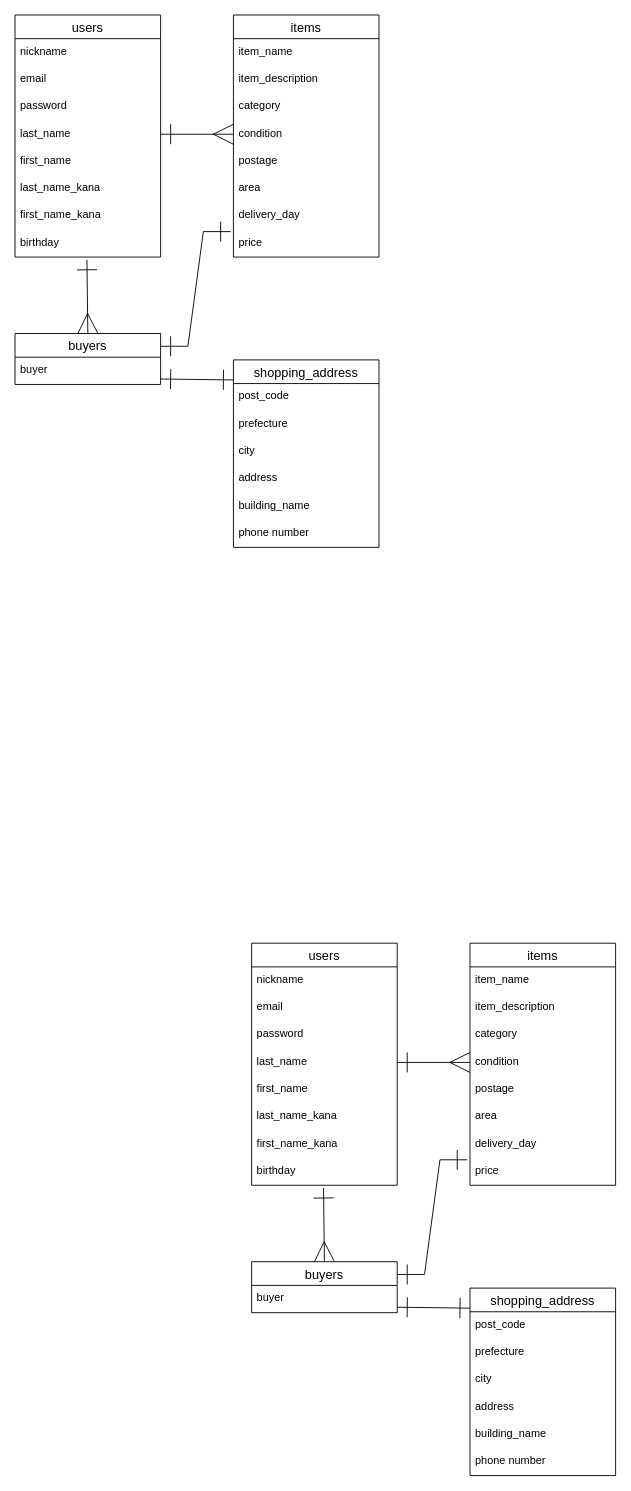
Above: FurimaER.dio in katsuo1106/furima-38282 (draw.io), before the change. Source tidied: cells renumbered, new cells numbered last; positions are measured from the earlier drawing's top-left corner, leaving out a move shared by most shapes. Both pictures are drawn from the tidied source at 91%, with x=0, y=0 at pixel (15, 15).
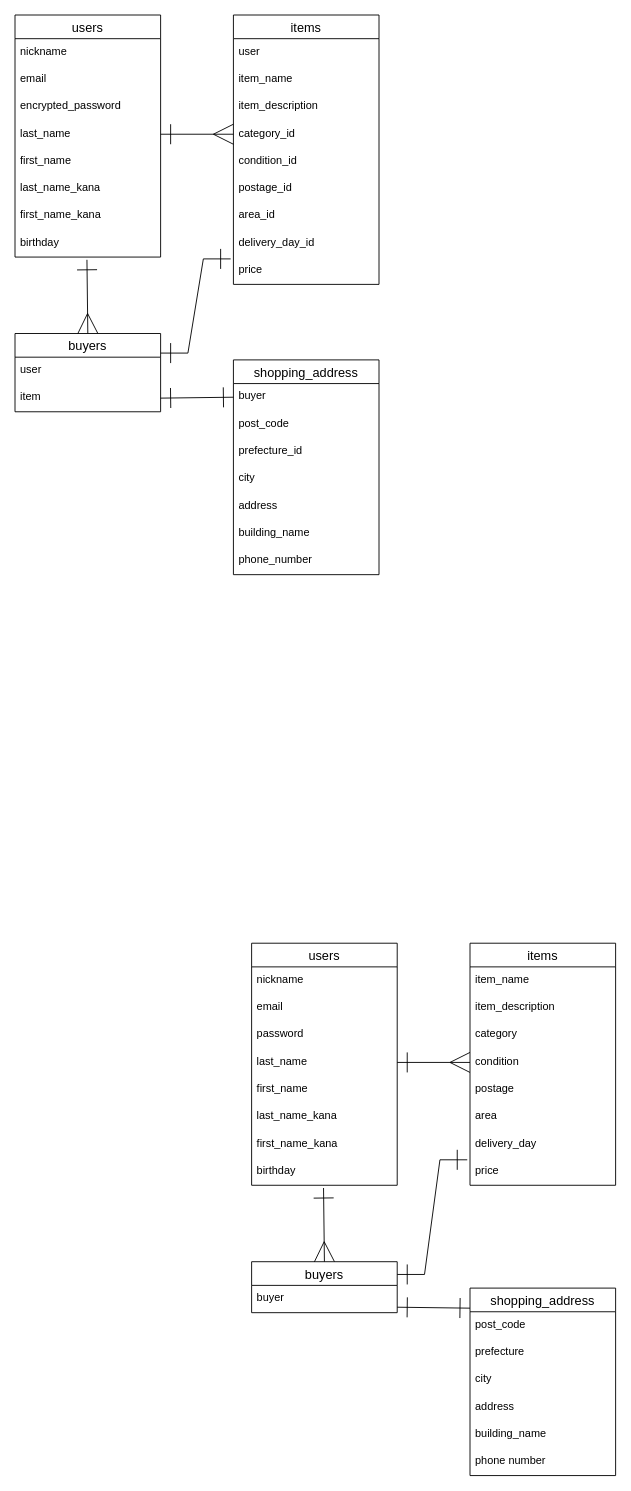
The same diagram, later.

Unchanged cells that the change refers to:
```xml
<mxCell id="2" value="users" style="swimlane;fontStyle=0;horizontal=1;startSize=26;align=center;fontSize=14;" parent="1" vertex="1">
  <mxGeometry width="160" height="266" as="geometry" />
</mxCell>
<mxCell id="6" value="last_name" style="text;strokeColor=none;fillColor=none;spacingLeft=4;spacingRight=4;overflow=hidden;points=[[0,0.5],[1,0.5]];portConstraint=eastwest;fontSize=12;" parent="2" vertex="1">
  <mxGeometry y="116" width="160" height="30" as="geometry" />
</mxCell>
```

What changed in the source:
```diff
@@
-    <mxCell id="5" value="password" style="text;strokeColor=none;fillColor=none;spacingLeft=4;spacingRight=4;overflow=hidden;fontSize=12;" parent="2" vertex="1">
+    <mxCell id="5" value="encrypted_password" style="text;strokeColor=none;fillColor=none;spacingLeft=4;spacingRight=4;overflow=hidden;fontSize=12;" parent="2" vertex="1">
       <mxGeometry y="86" width="160" height="30" as="geometry" />
     </mxCell>
@@
     <mxCell id="11" value="items" style="swimlane;fontStyle=0;horizontal=1;startSize=26;align=center;fontSize=14;" parent="1" vertex="1">
-      <mxGeometry x="240" width="160" height="266" as="geometry" />
+      <mxGeometry x="240" width="160" height="296" as="geometry" />
     </mxCell>
+    <mxCell id="64" value="user" style="text;strokeColor=none;fillColor=none;spacingLeft=4;spacingRight=4;overflow=hidden;fontSize=12;" parent="11" vertex="1">
+      <mxGeometry y="26" width="160" height="30" as="geometry" />
+    </mxCell>
     <mxCell id="12" value="item_name" style="text;strokeColor=none;fillColor=none;spacingLeft=4;spacingRight=4;overflow=hidden;fontSize=12;" parent="11" vertex="1">
-      <mxGeometry y="26" width="160" height="30" as="geometry" />
+      <mxGeometry y="56" width="160" height="30" as="geometry" />
     </mxCell>
     <mxCell id="13" value="item_description" style="text;strokeColor=none;fillColor=none;spacingLeft=4;spacingRight=4;overflow=hidden;fontSize=12;" parent="11" vertex="1">
-      <mxGeometry y="56" width="160" height="30" as="geometry" />
+      <mxGeometry y="86" width="160" height="30" as="geometry" />
     </mxCell>
-    <mxCell id="14" value="category" style="text;strokeColor=none;fillColor=none;spacingLeft=4;spacingRight=4;overflow=hidden;points=[[0,0.5],[1,0.5]];portConstraint=eastwest;fontSize=12;" parent="11" vertex="1">
-      <mxGeometry y="86" width="160" height="30" as="geometry" />
+    <mxCell id="14" value="category_id" style="text;strokeColor=none;fillColor=none;spacingLeft=4;spacingRight=4;overflow=hidden;points=[[0,0.5],[1,0.5]];portConstraint=eastwest;fontSize=12;" parent="11" vertex="1">
+      <mxGeometry y="116" width="160" height="30" as="geometry" />
     </mxCell>
-    <mxCell id="15" value="condition" style="text;strokeColor=none;fillColor=none;spacingLeft=4;spacingRight=4;overflow=hidden;points=[[0,0.5],[1,0.5]];portConstraint=eastwest;fontSize=12;" parent="11" vertex="1">
-      <mxGeometry y="116" width="160" height="30" as="geometry" />
+    <mxCell id="15" value="condition_id" style="text;strokeColor=none;fillColor=none;spacingLeft=4;spacingRight=4;overflow=hidden;points=[[0,0.5],[1,0.5]];portConstraint=eastwest;fontSize=12;" parent="11" vertex="1">
+      <mxGeometry y="146" width="160" height="30" as="geometry" />
     </mxCell>
-    <mxCell id="16" value="postage" style="text;strokeColor=none;fillColor=none;spacingLeft=4;spacingRight=4;overflow=hidden;fontSize=12;" parent="11" vertex="1">
-      <mxGeometry y="146" width="160" height="30" as="geometry" />
+    <mxCell id="16" value="postage_id" style="text;strokeColor=none;fillColor=none;spacingLeft=4;spacingRight=4;overflow=hidden;fontSize=12;" parent="11" vertex="1">
+      <mxGeometry y="176" width="160" height="30" as="geometry" />
     </mxCell>
-    <mxCell id="17" value="area" style="text;strokeColor=none;fillColor=none;spacingLeft=4;spacingRight=4;overflow=hidden;fontSize=12;" parent="11" vertex="1">
-      <mxGeometry y="176" width="160" height="30" as="geometry" />
+    <mxCell id="17" value="area_id" style="text;strokeColor=none;fillColor=none;spacingLeft=4;spacingRight=4;overflow=hidden;fontSize=12;" parent="11" vertex="1">
+      <mxGeometry y="206" width="160" height="30" as="geometry" />
     </mxCell>
-    <mxCell id="18" value="delivery_day" style="text;strokeColor=none;fillColor=none;spacingLeft=4;spacingRight=4;overflow=hidden;fontSize=12;" parent="11" vertex="1">
-      <mxGeometry y="206" width="160" height="30" as="geometry" />
+    <mxCell id="18" value="delivery_day_id" style="text;strokeColor=none;fillColor=none;spacingLeft=4;spacingRight=4;overflow=hidden;fontSize=12;" parent="11" vertex="1">
+      <mxGeometry y="236" width="160" height="30" as="geometry" />
     </mxCell>
     <mxCell id="19" value="price" style="text;strokeColor=none;fillColor=none;spacingLeft=4;spacingRight=4;overflow=hidden;points=[[0,0.5],[1,0.5]];portConstraint=eastwest;fontSize=12;" parent="11" vertex="1">
-      <mxGeometry y="236" width="160" height="30" as="geometry" />
+      <mxGeometry y="266" width="160" height="30" as="geometry" />
     </mxCell>
     <mxCell id="20" value="buyers" style="swimlane;fontStyle=0;horizontal=1;startSize=26;align=center;fontSize=14;" parent="1" vertex="1">
-      <mxGeometry y="350" width="160" height="56" as="geometry" />
+      <mxGeometry y="350" width="160" height="86" as="geometry" />
     </mxCell>
+    <mxCell id="65" value="user" style="text;strokeColor=none;fillColor=none;spacingLeft=4;spacingRight=4;overflow=hidden;fontSize=12;" parent="20" vertex="1">
+      <mxGeometry y="26" width="160" height="30" as="geometry" />
+    </mxCell>
+    <mxCell id="66" value="item" style="text;strokeColor=none;fillColor=none;spacingLeft=4;spacingRight=4;overflow=hidden;points=[[0,0.5],[1,0.5]];portConstraint=eastwest;fontSize=12;" parent="20" vertex="1">
+      <mxGeometry y="56" width="160" height="30" as="geometry" />
+    </mxCell>
+    <mxCell id="22" value="shopping_address" style="swimlane;fontStyle=0;horizontal=1;startSize=26;align=center;fontSize=14;" parent="1" vertex="1">
+      <mxGeometry x="240" y="379" width="160" height="236" as="geometry" />
+    </mxCell>
-    <mxCell id="21" value="buyer" style="text;strokeColor=none;fillColor=none;spacingLeft=4;spacingRight=4;overflow=hidden;points=[[0,0.5],[1,0.5]];portConstraint=eastwest;fontSize=12;" parent="20" vertex="1">
+    <mxCell id="21" value="buyer" style="text;strokeColor=none;fillColor=none;spacingLeft=4;spacingRight=4;overflow=hidden;points=[[0,0.5],[1,0.5]];portConstraint=eastwest;fontSize=12;" parent="22" vertex="1">
       <mxGeometry y="26" width="160" height="30" as="geometry" />
     </mxCell>
-    <mxCell id="22" value="shopping_address" style="swimlane;fontStyle=0;horizontal=1;startSize=26;align=center;fontSize=14;" parent="1" vertex="1">
-      <mxGeometry x="240" y="379" width="160" height="206" as="geometry" />
-    </mxCell>
     <mxCell id="23" value="post_code" style="text;strokeColor=none;fillColor=none;spacingLeft=4;spacingRight=4;overflow=hidden;fontSize=12;" parent="22" vertex="1">
-      <mxGeometry y="26" width="160" height="30" as="geometry" />
+      <mxGeometry y="56" width="160" height="30" as="geometry" />
     </mxCell>
-    <mxCell id="24" value="prefecture" style="text;strokeColor=none;fillColor=none;spacingLeft=4;spacingRight=4;overflow=hidden;fontSize=12;" parent="22" vertex="1">
-      <mxGeometry y="56" width="160" height="30" as="geometry" />
+    <mxCell id="24" value="prefecture_id" style="text;strokeColor=none;fillColor=none;spacingLeft=4;spacingRight=4;overflow=hidden;fontSize=12;" parent="22" vertex="1">
+      <mxGeometry y="86" width="160" height="30" as="geometry" />
     </mxCell>
     <mxCell id="25" value="city" style="text;strokeColor=none;fillColor=none;spacingLeft=4;spacingRight=4;overflow=hidden;fontSize=12;" parent="22" vertex="1">
-      <mxGeometry y="86" width="160" height="30" as="geometry" />
+      <mxGeometry y="116" width="160" height="30" as="geometry" />
     </mxCell>
     <mxCell id="26" value="address" style="text;strokeColor=none;fillColor=none;spacingLeft=4;spacingRight=4;overflow=hidden;fontSize=12;" parent="22" vertex="1">
-      <mxGeometry y="116" width="160" height="30" as="geometry" />
+      <mxGeometry y="146" width="160" height="30" as="geometry" />
     </mxCell>
     <mxCell id="27" value="building_name" style="text;strokeColor=none;fillColor=none;spacingLeft=4;spacingRight=4;overflow=hidden;fontSize=12;" parent="22" vertex="1">
-      <mxGeometry y="146" width="160" height="30" as="geometry" />
+      <mxGeometry y="176" width="160" height="30" as="geometry" />
     </mxCell>
-    <mxCell id="28" value="phone number" style="text;strokeColor=none;fillColor=none;spacingLeft=4;spacingRight=4;overflow=hidden;fontSize=12;" parent="22" vertex="1">
-      <mxGeometry y="176" width="160" height="30" as="geometry" />
+    <mxCell id="28" value="phone_number" style="text;strokeColor=none;fillColor=none;spacingLeft=4;spacingRight=4;overflow=hidden;fontSize=12;" parent="22" vertex="1">
+      <mxGeometry y="206" width="160" height="30" as="geometry" />
     </mxCell>
-    <mxCell id="29" style="edgeStyle=none;html=1;exitX=1;exitY=0.5;exitDx=0;exitDy=0;entryX=0;entryY=0.5;entryDx=0;entryDy=0;targetPerimeterSpacing=0;rounded=0;strokeColor=default;startArrow=ERone;startFill=0;endArrow=ERmany;endFill=0;endSize=20;startSize=20;" parent="1" edge="1" source="6" target="15">
+    <mxCell id="29" style="edgeStyle=none;html=1;exitX=1;exitY=0.5;exitDx=0;exitDy=0;entryX=0;entryY=0.5;entryDx=0;entryDy=0;targetPerimeterSpacing=0;rounded=0;strokeColor=default;startArrow=ERone;startFill=0;endArrow=ERmany;endFill=0;endSize=20;startSize=20;" parent="1" edge="1" source="6" target="14">
       <mxGeometry relative="1" as="geometry" />
     </mxCell>
-    <mxCell id="30" style="endArrow=ERone;html=1;rounded=0;startSize=20;endSize=20;targetPerimeterSpacing=0;strokeColor=default;exitX=1;exitY=0.8;exitDx=0;exitDy=0;exitPerimeter=0;entryX=0;entryY=0.107;entryDx=0;entryDy=0;entryPerimeter=0;startArrow=ERone;startFill=0;endFill=0;" parent="1" edge="1" source="21" target="22">
-      <mxGeometry relative="1" as="geometry" />
-    </mxCell>
@@
+    <mxCell id="67" style="edgeStyle=none;html=1;exitX=1;exitY=0.5;exitDx=0;exitDy=0;entryX=0;entryY=0.5;entryDx=0;entryDy=0;startArrow=ERone;startFill=0;endArrow=ERone;endFill=0;endSize=20;startSize=20;" parent="1" edge="1" source="66" target="21">
+      <mxGeometry relative="1" as="geometry" />
+    </mxCell>
```
